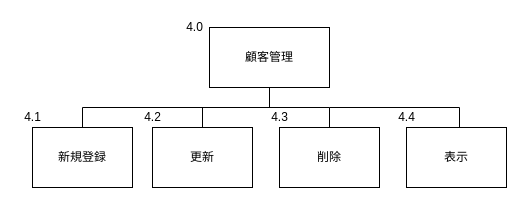
This is サブシステム構造図/顧客管理.drawio from Yamanin3/system-devel, a draw.io file, before an edit. Source tidied: cells renumbered, new cells numbered last; positions are measured from the earlier drawing's top-left corner, leaving out a move shared by most shapes. Both pictures are drawn from the tidied source at 100%, with x=0, y=0 at pixel (17, 17).
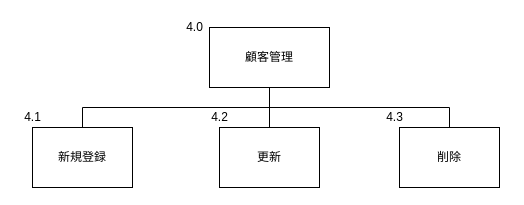
Above is the later version.

Commit message (it also covers changes not shown here):
顧客管理(IPO図)を完成、顧客管理サブ構造図から表示を削除

What changed in the source:
```diff
@@
 <mxGraphModel>
   <root>
     <mxCell id="0" />
     <mxCell id="1" parent="0" />
     <mxCell id="2" value="顧客管理" style="whiteSpace=wrap;html=1;align=center;" parent="1" vertex="1">
       <mxGeometry x="192" y="10" width="120" height="60" as="geometry" />
     </mxCell>
     <mxCell id="3" value="新規登録" style="whiteSpace=wrap;html=1;align=center;verticalAlign=middle;" parent="1" vertex="1">
       <mxGeometry x="15" y="110" width="100" height="60" as="geometry" />
     </mxCell>
     <mxCell id="4" style="edgeStyle=elbowEdgeStyle;elbow=vertical;startArrow=none;endArrow=none;rounded=0;exitX=0.5;exitY=1;exitDx=0;exitDy=0;" parent="1" edge="1" source="2" target="3">
       <mxGeometry relative="1" as="geometry" />
     </mxCell>
     <mxCell id="5" value="更新" style="whiteSpace=wrap;html=1;align=center;verticalAlign=middle;" parent="1" vertex="1">
-      <mxGeometry x="135" y="110" width="100" height="60" as="geometry" />
+      <mxGeometry x="202" y="110" width="100" height="60" as="geometry" />
     </mxCell>
     <mxCell id="6" style="edgeStyle=elbowEdgeStyle;elbow=vertical;startArrow=none;endArrow=none;rounded=0;exitX=0.5;exitY=1;exitDx=0;exitDy=0;" parent="1" edge="1" source="2" target="5">
       <mxGeometry relative="1" as="geometry" />
     </mxCell>
     <mxCell id="7" value="削除" style="whiteSpace=wrap;html=1;align=center;verticalAlign=middle;" parent="1" vertex="1">
-      <mxGeometry x="262" y="110" width="100" height="60" as="geometry" />
+      <mxGeometry x="382" y="110" width="100" height="60" as="geometry" />
     </mxCell>
+    <mxCell id="12" value="4.3" style="text;html=1;align=center;verticalAlign=middle;fillColor=none;strokeColor=none;rounded=0;" parent="7" vertex="1">
+      <mxGeometry x="-20" y="-20" width="30" height="20" as="geometry" />
+    </mxCell>
     <mxCell id="8" style="edgeStyle=elbowEdgeStyle;elbow=vertical;startArrow=none;endArrow=none;rounded=0;entryX=0.5;entryY=0;entryDx=0;entryDy=0;" parent="1" edge="1" target="7">
       <mxGeometry relative="1" as="geometry">
         <mxPoint x="182" y="90" as="sourcePoint" />
         <Array as="points">
           <mxPoint x="262" y="90" />
         </Array>
       </mxGeometry>
     </mxCell>
     <mxCell id="9" value="4.0" style="text;html=1;align=center;verticalAlign=middle;fillColor=none;strokeColor=none;rounded=0;" parent="1" vertex="1">
       <mxGeometry x="162" width="30" height="20" as="geometry" />
     </mxCell>
     <mxCell id="10" value="4.1" style="text;html=1;align=center;verticalAlign=middle;fillColor=none;strokeColor=none;rounded=0;" parent="1" vertex="1">
       <mxGeometry y="90" width="30" height="20" as="geometry" />
     </mxCell>
     <mxCell id="11" value="4.2" style="text;html=1;align=center;verticalAlign=middle;fillColor=none;strokeColor=none;rounded=0;" parent="1" vertex="1">
-      <mxGeometry x="120" y="90" width="30" height="20" as="geometry" />
+      <mxGeometry x="187" y="90" width="30" height="20" as="geometry" />
     </mxCell>
-    <mxCell id="12" value="4.3" style="text;html=1;align=center;verticalAlign=middle;fillColor=none;strokeColor=none;rounded=0;" parent="1" vertex="1">
-      <mxGeometry x="247" y="90" width="30" height="20" as="geometry" />
-    </mxCell>
-    <mxCell id="13" value="表示" style="whiteSpace=wrap;html=1;align=center;verticalAlign=middle;" parent="1" vertex="1">
-      <mxGeometry x="389" y="110" width="100" height="60" as="geometry" />
-    </mxCell>
-    <mxCell id="14" style="edgeStyle=elbowEdgeStyle;elbow=vertical;startArrow=none;endArrow=none;rounded=0;entryX=0.5;entryY=0;entryDx=0;entryDy=0;" parent="1" edge="1">
-      <mxGeometry relative="1" as="geometry">
-        <mxPoint x="312" y="90" as="sourcePoint" />
-        <mxPoint x="442" y="110" as="targetPoint" />
-        <Array as="points">
-          <mxPoint x="392" y="90" />
-        </Array>
-      </mxGeometry>
-    </mxCell>
-    <mxCell id="15" value="4.4" style="text;html=1;align=center;verticalAlign=middle;fillColor=none;strokeColor=none;rounded=0;" parent="1" vertex="1">
-      <mxGeometry x="374" y="90" width="30" height="20" as="geometry" />
-    </mxCell>
   </root>
 </mxGraphModel>
```
